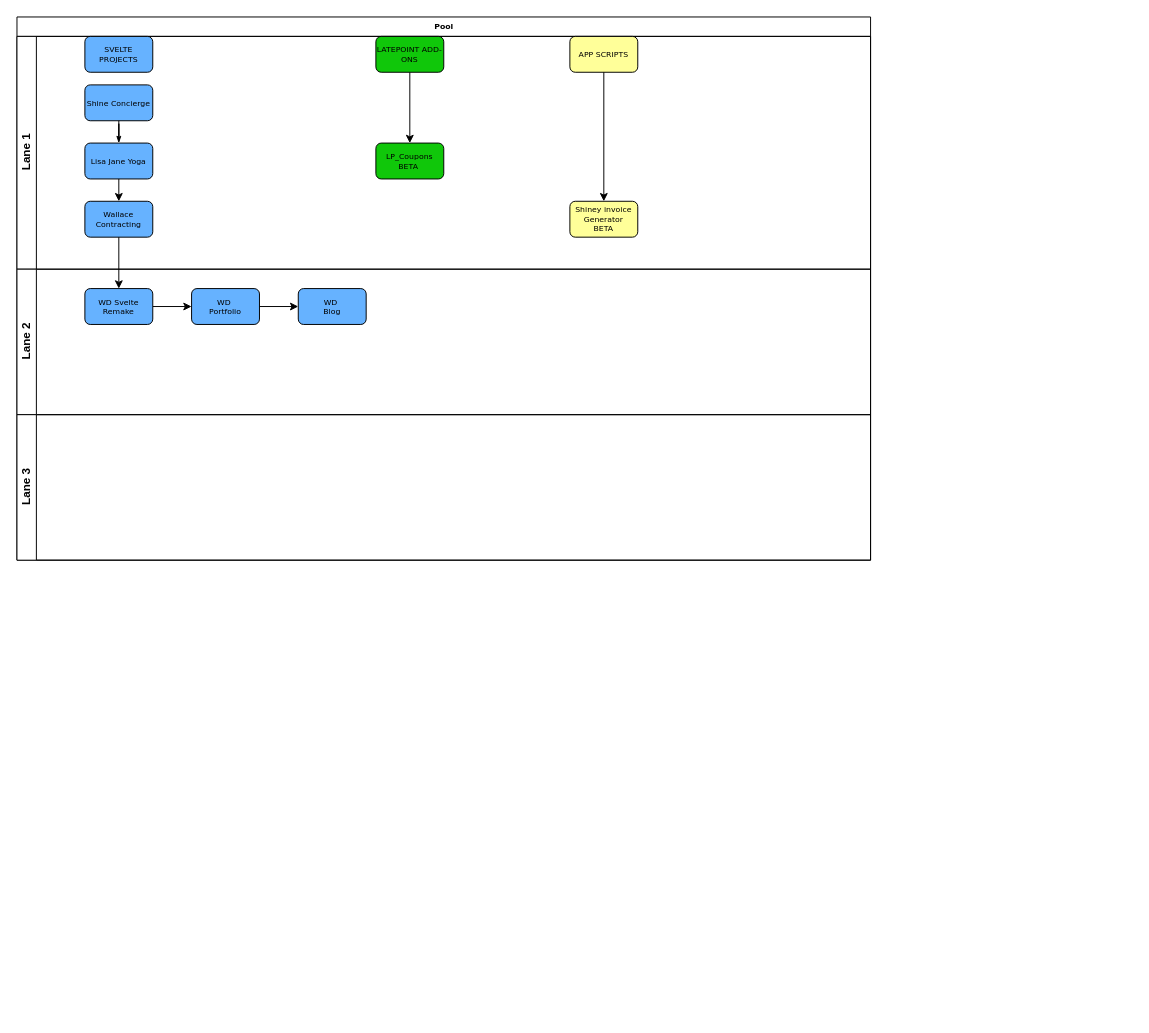
Above: Untitled Diagram.drawio in weedavedev/pathway (draw.io), before the change. Source tidied: cells renumbered, new cells numbered last; positions are measured from the earlier drawing's top-left corner, leaving out a move shared by most shapes. Both pictures are drawn from the tidied source at 97%, with x=0, y=0 at pixel (16, 16).
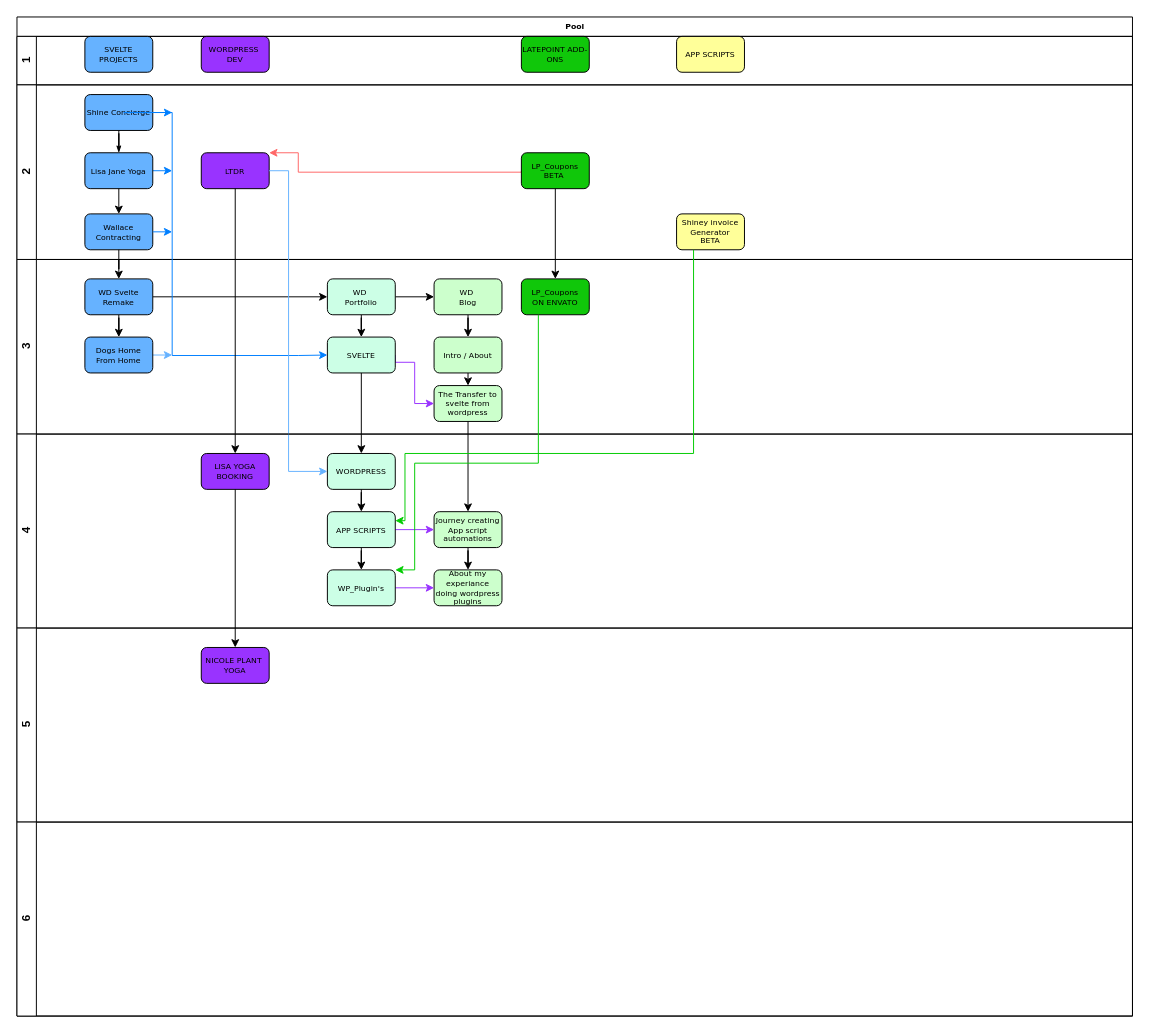
The same page after the edit.

Commit message:
initial stages populated

Change to the diagram source:
```diff
@@
     <mxCell id="2" value="Pool" style="swimlane;html=1;horizontal=1;startSize=20;rounded=0;shadow=0;labelBackgroundColor=none;strokeWidth=1;fontFamily=Verdana;fontSize=8;align=center;" parent="1" vertex="1">
-      <mxGeometry width="880" height="560" as="geometry" />
+      <mxGeometry width="1150" height="1030" as="geometry" />
     </mxCell>
-    <mxCell id="3" value="Lane 1" style="swimlane;html=1;startSize=20;horizontal=0;" parent="2" vertex="1">
-      <mxGeometry y="20" width="880" height="240" as="geometry" />
+    <mxCell id="3" value="1" style="swimlane;html=1;startSize=20;horizontal=0;" parent="2" vertex="1">
+      <mxGeometry y="20" width="1150" height="50" as="geometry" />
     </mxCell>
-    <mxCell id="4" value="Shine Concierge" style="rounded=1;whiteSpace=wrap;html=1;shadow=0;labelBackgroundColor=none;strokeWidth=1;fontFamily=Verdana;fontSize=8;align=center;fillColor=#66B2FF;" parent="3" vertex="1">
-      <mxGeometry x="70" y="50" width="70" height="37" as="geometry" />
-    </mxCell>
@@
-    <mxCell id="6" style="edgeStyle=orthogonalEdgeStyle;rounded=0;jettySize=auto;html=1;" parent="3" edge="1" source="7" target="9">
-      <mxGeometry relative="1" as="geometry" />
-    </mxCell>
+    <mxCell id="24" value="WORDPRESS&amp;nbsp;&lt;br&gt;DEV" style="rounded=1;whiteSpace=wrap;html=1;shadow=0;labelBackgroundColor=none;strokeWidth=1;fontFamily=Verdana;fontSize=8;align=center;fillColor=#9933FF;" parent="3" vertex="1">
+      <mxGeometry x="190" width="70" height="37" as="geometry" />
+    </mxCell>
     <mxCell id="7" value="LATEPOINT ADD-ONS" style="rounded=1;whiteSpace=wrap;html=1;shadow=0;labelBackgroundColor=none;strokeWidth=1;fontFamily=Verdana;fontSize=8;align=center;fillColor=#10C70A;" parent="3" vertex="1">
-      <mxGeometry x="370" width="70" height="37" as="geometry" />
+      <mxGeometry x="520" width="70" height="37" as="geometry" />
     </mxCell>
     <mxCell id="8" value="APP SCRIPTS" style="rounded=1;whiteSpace=wrap;html=1;shadow=0;labelBackgroundColor=none;strokeWidth=1;fontFamily=Verdana;fontSize=8;align=center;fillColor=#FFFF99;" parent="3" vertex="1">
-      <mxGeometry x="570" width="70" height="37" as="geometry" />
+      <mxGeometry x="680" width="70" height="37" as="geometry" />
     </mxCell>
-    <mxCell id="9" value="LP_Coupons&lt;br&gt;BETA&amp;nbsp;" style="rounded=1;whiteSpace=wrap;html=1;shadow=0;labelBackgroundColor=none;strokeWidth=1;fontFamily=Verdana;fontSize=8;align=center;fillColor=#10C70A;" parent="3" vertex="1">
-      <mxGeometry x="370" y="110" width="70" height="37" as="geometry" />
-    </mxCell>
+    <mxCell id="16" value="2" style="swimlane;html=1;startSize=20;horizontal=0;" parent="2" vertex="1">
+      <mxGeometry y="70" width="1150" height="180" as="geometry" />
+    </mxCell>
+    <mxCell id="25" style="edgeStyle=orthogonalEdgeStyle;rounded=0;jettySize=auto;html=1;exitX=1;exitY=0.5;exitDx=0;exitDy=0;strokeColor=#007FFF;" parent="16" edge="1" source="4">
+      <mxGeometry relative="1" as="geometry">
+        <mxPoint x="160" y="28.6" as="targetPoint" />
+      </mxGeometry>
+    </mxCell>
+    <mxCell id="4" value="Shine Concierge" style="rounded=1;whiteSpace=wrap;html=1;shadow=0;labelBackgroundColor=none;strokeWidth=1;fontFamily=Verdana;fontSize=8;align=center;fillColor=#66B2FF;" parent="16" vertex="1">
+      <mxGeometry x="70" y="10" width="70" height="37" as="geometry" />
+    </mxCell>
+    <mxCell id="26" style="edgeStyle=orthogonalEdgeStyle;rounded=0;jettySize=auto;html=1;exitX=1;exitY=0.5;exitDx=0;exitDy=0;strokeColor=#007FFF;" parent="16" edge="1" source="10">
+      <mxGeometry relative="1" as="geometry">
+        <mxPoint x="160" y="88.6" as="targetPoint" />
+      </mxGeometry>
+    </mxCell>
-    <mxCell id="10" value="Lisa Jane Yoga" style="rounded=1;whiteSpace=wrap;html=1;shadow=0;labelBackgroundColor=none;strokeWidth=1;fontFamily=Verdana;fontSize=8;align=center;fillColor=#66B2FF;" parent="3" vertex="1">
-      <mxGeometry x="70" y="110" width="70" height="37" as="geometry" />
+    <mxCell id="10" value="Lisa Jane Yoga" style="rounded=1;whiteSpace=wrap;html=1;shadow=0;labelBackgroundColor=none;strokeWidth=1;fontFamily=Verdana;fontSize=8;align=center;fillColor=#66B2FF;" parent="16" vertex="1">
+      <mxGeometry x="70" y="70" width="70" height="37" as="geometry" />
     </mxCell>
-    <mxCell id="11" style="edgeStyle=orthogonalEdgeStyle;rounded=0;html=1;labelBackgroundColor=none;startArrow=none;startFill=0;startSize=5;endArrow=classicThin;endFill=1;endSize=5;jettySize=auto;strokeWidth=1;fontFamily=Verdana;fontSize=8;" parent="3" edge="1" source="4" target="10">
+    <mxCell id="11" style="edgeStyle=orthogonalEdgeStyle;rounded=0;html=1;labelBackgroundColor=none;startArrow=none;startFill=0;startSize=5;endArrow=classicThin;endFill=1;endSize=5;jettySize=auto;strokeWidth=1;fontFamily=Verdana;fontSize=8;" parent="16" edge="1" source="4" target="10">
       <mxGeometry relative="1" as="geometry" />
     </mxCell>
+    <mxCell id="27" style="edgeStyle=orthogonalEdgeStyle;rounded=0;jettySize=auto;html=1;exitX=0;exitY=0.5;exitDx=0;exitDy=0;strokeColor=#FF6666;entryX=1;entryY=0;entryDx=0;entryDy=0;" parent="16" edge="1" source="9" target="28">
+      <mxGeometry relative="1" as="geometry">
+        <Array as="points">
+          <mxPoint x="520" y="90" />
+          <mxPoint x="290" y="90" />
+          <mxPoint x="290" y="70" />
+        </Array>
+      </mxGeometry>
+    </mxCell>
+    <mxCell id="9" value="LP_Coupons&lt;br&gt;BETA&amp;nbsp;" style="rounded=1;whiteSpace=wrap;html=1;shadow=0;labelBackgroundColor=none;strokeWidth=1;fontFamily=Verdana;fontSize=8;align=center;fillColor=#10C70A;" parent="16" vertex="1">
+      <mxGeometry x="520" y="70" width="70" height="37" as="geometry" />
+    </mxCell>
+    <mxCell id="14" value="Shiney invoice Generator&lt;br&gt;BETA" style="rounded=1;whiteSpace=wrap;html=1;shadow=0;labelBackgroundColor=none;strokeWidth=1;fontFamily=Verdana;fontSize=8;align=center;fillColor=#FFFF99;" parent="16" vertex="1">
+      <mxGeometry x="680" y="133" width="70" height="37" as="geometry" />
+    </mxCell>
-    <mxCell id="12" value="Wallace Contracting" style="rounded=1;whiteSpace=wrap;html=1;shadow=0;labelBackgroundColor=none;strokeWidth=1;fontFamily=Verdana;fontSize=8;align=center;fillColor=#66B2FF;" parent="3" vertex="1">
-      <mxGeometry x="70" y="170" width="70" height="37" as="geometry" />
+    <mxCell id="12" value="Wallace Contracting" style="rounded=1;whiteSpace=wrap;html=1;shadow=0;labelBackgroundColor=none;strokeWidth=1;fontFamily=Verdana;fontSize=8;align=center;fillColor=#66B2FF;" parent="16" vertex="1">
+      <mxGeometry x="70" y="133" width="70" height="37" as="geometry" />
     </mxCell>
-    <mxCell id="13" style="endArrow=classic;html=1;rounded=0;exitX=0.5;exitY=1;exitDx=0;exitDy=0;entryX=0.5;entryY=0;entryDx=0;entryDy=0;" parent="3" edge="1" source="10" target="12">
+    <mxCell id="13" style="endArrow=classic;html=1;rounded=0;exitX=0.5;exitY=1;exitDx=0;exitDy=0;entryX=0.5;entryY=0;entryDx=0;entryDy=0;" parent="16" edge="1" source="10" target="12">
       <mxGeometry relative="1" as="geometry" />
     </mxCell>
-    <mxCell id="14" value="Shiney invoice Generator&lt;br&gt;BETA" style="rounded=1;whiteSpace=wrap;html=1;shadow=0;labelBackgroundColor=none;strokeWidth=1;fontFamily=Verdana;fontSize=8;align=center;fillColor=#FFFF99;" parent="3" vertex="1">
-      <mxGeometry x="570" y="170" width="70" height="37" as="geometry" />
-    </mxCell>
-    <mxCell id="15" style="edgeStyle=orthogonalEdgeStyle;rounded=0;jettySize=auto;html=1;entryX=0.5;entryY=0;entryDx=0;entryDy=0;" parent="3" edge="1" source="8" target="14">
-      <mxGeometry relative="1" as="geometry" />
-    </mxCell>
-    <mxCell id="16" value="Lane 2" style="swimlane;html=1;startSize=20;horizontal=0;" parent="2" vertex="1">
-      <mxGeometry y="260" width="880" height="150" as="geometry" />
-    </mxCell>
+    <mxCell id="28" value="LTDR" style="rounded=1;whiteSpace=wrap;html=1;shadow=0;labelBackgroundColor=none;strokeWidth=1;fontFamily=Verdana;fontSize=8;align=center;fillColor=#9933FF;" parent="16" vertex="1">
+      <mxGeometry x="190" y="70" width="70" height="37" as="geometry" />
+    </mxCell>
+    <mxCell id="29" style="edgeStyle=orthogonalEdgeStyle;rounded=0;jettySize=auto;html=1;" parent="2" edge="1" source="9" target="40">
+      <mxGeometry relative="1" as="geometry" />
+    </mxCell>
+    <mxCell id="23" style="edgeStyle=orthogonalEdgeStyle;rounded=0;jettySize=auto;html=1;entryX=0.5;entryY=0;entryDx=0;entryDy=0;" parent="2" edge="1" source="12" target="18">
+      <mxGeometry relative="1" as="geometry" />
+    </mxCell>
+    <mxCell id="22" value="3" style="swimlane;html=1;startSize=20;horizontal=0;" parent="2" vertex="1">
+      <mxGeometry y="250" width="1150" height="180" as="geometry" />
+    </mxCell>
+    <mxCell id="30" style="edgeStyle=orthogonalEdgeStyle;rounded=0;jettySize=auto;html=1;exitX=1;exitY=0.5;exitDx=0;exitDy=0;strokeColor=#007FFF;" parent="22" edge="1" source="12">
+      <mxGeometry relative="1" as="geometry">
+        <mxPoint x="160" y="-28" as="targetPoint" />
+      </mxGeometry>
+    </mxCell>
-    <mxCell id="17" style="edgeStyle=orthogonalEdgeStyle;rounded=0;jettySize=auto;html=1;" parent="16" edge="1" source="18" target="20">
+    <mxCell id="17" style="edgeStyle=orthogonalEdgeStyle;rounded=0;jettySize=auto;html=1;" parent="22" edge="1" source="18" target="20">
       <mxGeometry relative="1" as="geometry" />
     </mxCell>
+    <mxCell id="31" style="edgeStyle=orthogonalEdgeStyle;rounded=0;jettySize=auto;html=1;" parent="22" edge="1" source="18" target="33">
+      <mxGeometry relative="1" as="geometry" />
+    </mxCell>
-    <mxCell id="18" value="WD Svelte Remake" style="rounded=1;whiteSpace=wrap;html=1;shadow=0;labelBackgroundColor=none;strokeWidth=1;fontFamily=Verdana;fontSize=8;align=center;fillColor=#66B2FF;" parent="16" vertex="1">
+    <mxCell id="18" value="WD Svelte Remake" style="rounded=1;whiteSpace=wrap;html=1;shadow=0;labelBackgroundColor=none;strokeWidth=1;fontFamily=Verdana;fontSize=8;align=center;fillColor=#66B2FF;" parent="22" vertex="1">
       <mxGeometry x="70" y="20" width="70" height="37" as="geometry" />
     </mxCell>
+    <mxCell id="32" style="edgeStyle=orthogonalEdgeStyle;rounded=0;jettySize=auto;html=1;exitX=1;exitY=0.5;exitDx=0;exitDy=0;strokeColor=#66B2FF;" parent="22" edge="1" source="33">
+      <mxGeometry relative="1" as="geometry">
+        <mxPoint x="160" y="98.3" as="targetPoint" />
+      </mxGeometry>
+    </mxCell>
+    <mxCell id="33" value="Dogs Home From Home" style="rounded=1;whiteSpace=wrap;html=1;shadow=0;labelBackgroundColor=none;strokeWidth=1;fontFamily=Verdana;fontSize=8;align=center;fillColor=#66B2FF;" parent="22" vertex="1">
+      <mxGeometry x="70" y="80" width="70" height="37" as="geometry" />
+    </mxCell>
-    <mxCell id="19" style="edgeStyle=orthogonalEdgeStyle;rounded=0;jettySize=auto;html=1;" parent="16" edge="1" source="20" target="21">
+    <mxCell id="19" style="edgeStyle=orthogonalEdgeStyle;rounded=0;jettySize=auto;html=1;" parent="22" edge="1" source="20" target="21">
       <mxGeometry relative="1" as="geometry" />
     </mxCell>
+    <mxCell id="34" style="edgeStyle=orthogonalEdgeStyle;rounded=0;jettySize=auto;html=1;" parent="22" edge="1" source="20" target="37">
+      <mxGeometry relative="1" as="geometry" />
+    </mxCell>
-    <mxCell id="20" value="WD&amp;nbsp;&lt;br&gt;Portfolio" style="rounded=1;whiteSpace=wrap;html=1;shadow=0;labelBackgroundColor=none;strokeWidth=1;fontFamily=Verdana;fontSize=8;align=center;fillColor=#66B2FF;" parent="16" vertex="1">
-      <mxGeometry x="180" y="20" width="70" height="37" as="geometry" />
+    <mxCell id="20" value="WD&amp;nbsp;&lt;br&gt;Portfolio" style="rounded=1;whiteSpace=wrap;html=1;shadow=0;labelBackgroundColor=none;strokeWidth=1;fontFamily=Verdana;fontSize=8;align=center;fillColor=#CCFFE6;" parent="22" vertex="1">
+      <mxGeometry x="320" y="20" width="70" height="37" as="geometry" />
     </mxCell>
+    <mxCell id="35" style="edgeStyle=orthogonalEdgeStyle;rounded=0;jettySize=auto;html=1;" parent="22" edge="1" source="21" target="39">
+      <mxGeometry relative="1" as="geometry" />
+    </mxCell>
-    <mxCell id="21" value="WD&amp;nbsp;&lt;br&gt;Blog" style="rounded=1;whiteSpace=wrap;html=1;shadow=0;labelBackgroundColor=none;strokeWidth=1;fontFamily=Verdana;fontSize=8;align=center;fillColor=#66B2FF;" parent="16" vertex="1">
-      <mxGeometry x="290" y="20" width="70" height="37" as="geometry" />
+    <mxCell id="21" value="WD&amp;nbsp;&lt;br&gt;Blog" style="rounded=1;whiteSpace=wrap;html=1;shadow=0;labelBackgroundColor=none;strokeWidth=1;fontFamily=Verdana;fontSize=8;align=center;fillColor=#CCFFCC;" parent="22" vertex="1">
+      <mxGeometry x="430" y="20" width="70" height="37" as="geometry" />
     </mxCell>
-    <mxCell id="22" value="Lane 3" style="swimlane;html=1;startSize=20;horizontal=0;" parent="2" vertex="1">
-      <mxGeometry y="410" width="880" height="150" as="geometry" />
-    </mxCell>
-    <mxCell id="23" style="edgeStyle=orthogonalEdgeStyle;rounded=0;jettySize=auto;html=1;entryX=0.5;entryY=0;entryDx=0;entryDy=0;" parent="2" edge="1" source="12" target="18">
-      <mxGeometry relative="1" as="geometry" />
-    </mxCell>
+    <mxCell id="36" style="edgeStyle=orthogonalEdgeStyle;rounded=0;jettySize=auto;html=1;exitX=1;exitY=0.5;exitDx=0;exitDy=0;entryX=0;entryY=0.5;entryDx=0;entryDy=0;strokeColor=#9933FF;" parent="22" edge="1" source="37" target="41">
+      <mxGeometry relative="1" as="geometry">
+        <Array as="points">
+          <mxPoint x="410" y="106" />
+          <mxPoint x="410" y="149" />
+        </Array>
+      </mxGeometry>
+    </mxCell>
+    <mxCell id="37" value="SVELTE" style="rounded=1;whiteSpace=wrap;html=1;shadow=0;labelBackgroundColor=none;strokeWidth=1;fontFamily=Verdana;fontSize=8;align=center;fillColor=#CCFFE6;" parent="22" vertex="1">
+      <mxGeometry x="320" y="80" width="70" height="37" as="geometry" />
+    </mxCell>
+    <mxCell id="38" style="edgeStyle=orthogonalEdgeStyle;rounded=0;jettySize=auto;html=1;exitX=0.5;exitY=1;exitDx=0;exitDy=0;entryX=0.5;entryY=0;entryDx=0;entryDy=0;" parent="22" edge="1" source="39" target="41">
+      <mxGeometry relative="1" as="geometry" />
+    </mxCell>
+    <mxCell id="39" value="Intro / About" style="rounded=1;whiteSpace=wrap;html=1;shadow=0;labelBackgroundColor=none;strokeWidth=1;fontFamily=Verdana;fontSize=8;align=center;fillColor=#CCFFCC;" parent="22" vertex="1">
+      <mxGeometry x="430" y="80" width="70" height="37" as="geometry" />
+    </mxCell>
+    <mxCell id="40" value="LP_Coupons&lt;br&gt;ON ENVATO" style="rounded=1;whiteSpace=wrap;html=1;shadow=0;labelBackgroundColor=none;strokeWidth=1;fontFamily=Verdana;fontSize=8;align=center;fillColor=#10C70A;" parent="22" vertex="1">
+      <mxGeometry x="520" y="20" width="70" height="37" as="geometry" />
+    </mxCell>
+    <mxCell id="41" value="The Transfer to svelte from wordpress" style="rounded=1;whiteSpace=wrap;html=1;shadow=0;labelBackgroundColor=none;strokeWidth=1;fontFamily=Verdana;fontSize=8;align=center;fillColor=#CCFFCC;" parent="22" vertex="1">
+      <mxGeometry x="430" y="130" width="70" height="37" as="geometry" />
+    </mxCell>
+    <mxCell id="42" style="edgeStyle=orthogonalEdgeStyle;rounded=0;jettySize=auto;html=1;exitX=1;exitY=0.5;exitDx=0;exitDy=0;entryX=0;entryY=0.5;entryDx=0;entryDy=0;strokeColor=#007FFF;" parent="22" edge="1" target="37">
+      <mxGeometry relative="1" as="geometry">
+        <mxPoint x="110" y="-151.5" as="sourcePoint" />
+        <Array as="points">
+          <mxPoint x="160" y="-151" />
+          <mxPoint x="160" y="99" />
+          <mxPoint x="290" y="99" />
+        </Array>
+      </mxGeometry>
+    </mxCell>
+    <mxCell id="43" style="edgeStyle=orthogonalEdgeStyle;rounded=0;jettySize=auto;html=1;exitX=1;exitY=0.5;exitDx=0;exitDy=0;entryX=0;entryY=0.5;entryDx=0;entryDy=0;strokeColor=#66B2FF;" parent="2" edge="1" source="28" target="47">
+      <mxGeometry relative="1" as="geometry">
+        <Array as="points">
+          <mxPoint x="280" y="159" />
+          <mxPoint x="280" y="469" />
+          <mxPoint x="320" y="469" />
+        </Array>
+      </mxGeometry>
+    </mxCell>
+    <mxCell id="44" value="4" style="swimlane;html=1;startSize=20;horizontal=0;" parent="2" vertex="1">
+      <mxGeometry y="430" width="1150" height="200" as="geometry" />
+    </mxCell>
+    <mxCell id="45" style="edgeStyle=orthogonalEdgeStyle;rounded=0;orthogonalLoop=1;jettySize=auto;html=1;exitX=1;exitY=0.5;exitDx=0;exitDy=0;strokeColor=#007FFF;" parent="44" edge="1">
+      <mxGeometry relative="1" as="geometry">
+        <mxPoint x="160" y="-28" as="targetPoint" />
+      </mxGeometry>
+    </mxCell>
+    <mxCell id="46" style="edgeStyle=orthogonalEdgeStyle;rounded=0;jettySize=auto;html=1;" parent="44" edge="1" source="47" target="50">
+      <mxGeometry relative="1" as="geometry" />
+    </mxCell>
+    <mxCell id="47" value="WORDPRESS" style="rounded=1;whiteSpace=wrap;html=1;shadow=0;labelBackgroundColor=none;strokeWidth=1;fontFamily=Verdana;fontSize=8;align=center;fillColor=#CCFFE6;" parent="44" vertex="1">
+      <mxGeometry x="320" y="20" width="70" height="37" as="geometry" />
+    </mxCell>
+    <mxCell id="48" style="edgeStyle=orthogonalEdgeStyle;rounded=0;jettySize=auto;html=1;" parent="44" edge="1" source="50" target="52">
+      <mxGeometry relative="1" as="geometry" />
+    </mxCell>
+    <mxCell id="49" style="edgeStyle=orthogonalEdgeStyle;rounded=0;jettySize=auto;html=1;exitX=1;exitY=0.5;exitDx=0;exitDy=0;entryX=0;entryY=0.5;entryDx=0;entryDy=0;strokeColor=#9933FF;" parent="44" edge="1" source="50" target="55">
+      <mxGeometry relative="1" as="geometry" />
+    </mxCell>
+    <mxCell id="50" value="APP SCRIPTS" style="rounded=1;whiteSpace=wrap;html=1;shadow=0;labelBackgroundColor=none;strokeWidth=1;fontFamily=Verdana;fontSize=8;align=center;fillColor=#CCFFE6;" parent="44" vertex="1">
+      <mxGeometry x="320" y="80" width="70" height="37" as="geometry" />
+    </mxCell>
+    <mxCell id="51" style="edgeStyle=orthogonalEdgeStyle;rounded=0;jettySize=auto;html=1;exitX=1;exitY=0.5;exitDx=0;exitDy=0;entryX=0;entryY=0.5;entryDx=0;entryDy=0;strokeColor=#9933FF;" parent="44" edge="1" source="52" target="56">
+      <mxGeometry relative="1" as="geometry" />
+    </mxCell>
+    <mxCell id="52" value="WP_Plugin's" style="rounded=1;whiteSpace=wrap;html=1;shadow=0;labelBackgroundColor=none;strokeWidth=1;fontFamily=Verdana;fontSize=8;align=center;fillColor=#CCFFE6;" parent="44" vertex="1">
+      <mxGeometry x="320" y="140" width="70" height="37" as="geometry" />
+    </mxCell>
+    <mxCell id="53" value="LISA YOGA BOOKING" style="rounded=1;whiteSpace=wrap;html=1;shadow=0;labelBackgroundColor=none;strokeWidth=1;fontFamily=Verdana;fontSize=8;align=center;fillColor=#9933FF;" parent="44" vertex="1">
+      <mxGeometry x="190" y="20" width="70" height="37" as="geometry" />
+    </mxCell>
+    <mxCell id="54" style="edgeStyle=orthogonalEdgeStyle;rounded=0;jettySize=auto;html=1;" parent="44" edge="1" source="55" target="56">
+      <mxGeometry relative="1" as="geometry" />
+    </mxCell>
+    <mxCell id="55" value="Journey creating App script automations" style="rounded=1;whiteSpace=wrap;html=1;shadow=0;labelBackgroundColor=none;strokeWidth=1;fontFamily=Verdana;fontSize=8;align=center;fillColor=#CCFFCC;" parent="44" vertex="1">
+      <mxGeometry x="430" y="80" width="70" height="37" as="geometry" />
+    </mxCell>
+    <mxCell id="56" value="About my experiance doing wordpress plugins" style="rounded=1;whiteSpace=wrap;html=1;shadow=0;labelBackgroundColor=none;strokeWidth=1;fontFamily=Verdana;fontSize=8;align=center;fillColor=#CCFFCC;" parent="44" vertex="1">
+      <mxGeometry x="430" y="140" width="70" height="37" as="geometry" />
+    </mxCell>
+    <mxCell id="57" style="edgeStyle=orthogonalEdgeStyle;rounded=0;jettySize=auto;html=1;entryX=0.5;entryY=0;entryDx=0;entryDy=0;" parent="2" edge="1" source="37" target="47">
+      <mxGeometry relative="1" as="geometry" />
+    </mxCell>
+    <mxCell id="58" style="edgeStyle=orthogonalEdgeStyle;rounded=0;jettySize=auto;html=1;" parent="2" edge="1" source="41" target="55">
+      <mxGeometry relative="1" as="geometry" />
+    </mxCell>
+    <mxCell id="59" style="edgeStyle=orthogonalEdgeStyle;rounded=0;jettySize=auto;html=1;exitX=0.25;exitY=1;exitDx=0;exitDy=0;entryX=1;entryY=0;entryDx=0;entryDy=0;strokeColor=#00CC00;" parent="2" edge="1" source="40" target="52">
+      <mxGeometry relative="1" as="geometry">
+        <Array as="points">
+          <mxPoint x="538" y="460" />
+          <mxPoint x="410" y="460" />
+          <mxPoint x="410" y="570" />
+        </Array>
+      </mxGeometry>
+    </mxCell>
+    <mxCell id="60" style="edgeStyle=orthogonalEdgeStyle;rounded=0;jettySize=auto;html=1;exitX=0.25;exitY=1;exitDx=0;exitDy=0;entryX=1;entryY=0.25;entryDx=0;entryDy=0;strokeColor=#00CC00;" parent="2" edge="1" source="14" target="50">
+      <mxGeometry relative="1" as="geometry">
+        <Array as="points">
+          <mxPoint x="698" y="450" />
+          <mxPoint x="400" y="450" />
+          <mxPoint x="400" y="519" />
+        </Array>
+      </mxGeometry>
+    </mxCell>
+    <mxCell id="61" style="edgeStyle=orthogonalEdgeStyle;rounded=0;jettySize=auto;html=1;exitX=0.5;exitY=1;exitDx=0;exitDy=0;entryX=0.5;entryY=0;entryDx=0;entryDy=0;" parent="2" edge="1" source="28" target="53">
+      <mxGeometry relative="1" as="geometry" />
+    </mxCell>
+    <mxCell id="62" value="5" style="swimlane;html=1;startSize=20;horizontal=0;" parent="2" vertex="1">
+      <mxGeometry y="630" width="1150" height="200" as="geometry" />
+    </mxCell>
+    <mxCell id="63" style="edgeStyle=orthogonalEdgeStyle;rounded=0;orthogonalLoop=1;jettySize=auto;html=1;exitX=1;exitY=0.5;exitDx=0;exitDy=0;strokeColor=#007FFF;" parent="62" edge="1">
+      <mxGeometry relative="1" as="geometry">
+        <mxPoint x="160" y="-28" as="targetPoint" />
+      </mxGeometry>
+    </mxCell>
+    <mxCell id="64" value="NICOLE PLANT&amp;nbsp;&lt;br&gt;YOGA" style="rounded=1;whiteSpace=wrap;html=1;shadow=0;labelBackgroundColor=none;strokeWidth=1;fontFamily=Verdana;fontSize=8;align=center;fillColor=#9933FF;" parent="62" vertex="1">
+      <mxGeometry x="190" y="20" width="70" height="37" as="geometry" />
+    </mxCell>
+    <mxCell id="65" value="6" style="swimlane;html=1;startSize=20;horizontal=0;" parent="2" vertex="1">
+      <mxGeometry y="830" width="1150" height="200" as="geometry" />
+    </mxCell>
+    <mxCell id="66" style="edgeStyle=orthogonalEdgeStyle;rounded=0;orthogonalLoop=1;jettySize=auto;html=1;exitX=1;exitY=0.5;exitDx=0;exitDy=0;strokeColor=#007FFF;" parent="65" edge="1">
+      <mxGeometry relative="1" as="geometry">
+        <mxPoint x="160" y="-28" as="targetPoint" />
+      </mxGeometry>
+    </mxCell>
+    <mxCell id="67" style="edgeStyle=orthogonalEdgeStyle;rounded=0;jettySize=auto;html=1;" parent="2" edge="1" source="53" target="64">
+      <mxGeometry relative="1" as="geometry" />
+    </mxCell>
```
